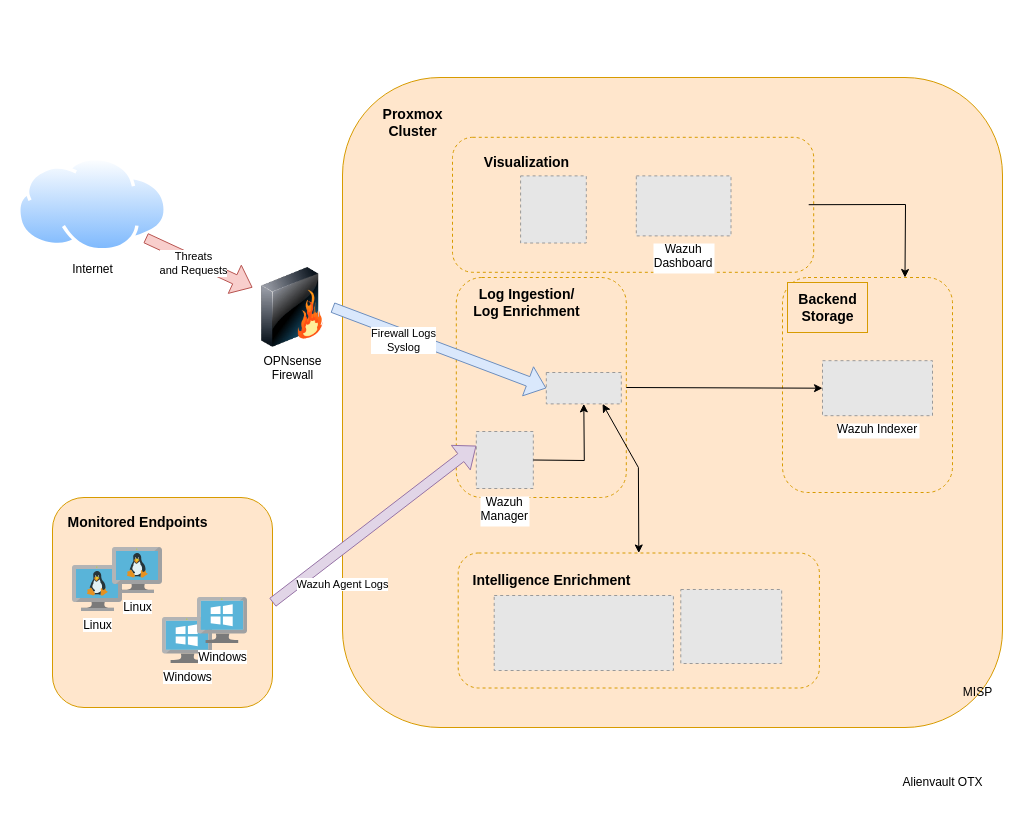
Above: homelab/siemdiagram.drawio in phrreakk/cybersecurity (draw.io), before the change. Source tidied: cells renumbered, new cells numbered last; positions are measured from the earlier drawing's top-left corner, leaving out a move shared by most shapes. Both pictures are drawn from the tidied source at 100%, with x=0, y=0 at pixel (17, 77). Pictures stored in the file or linked from it are replaced by grey dashed boxes.
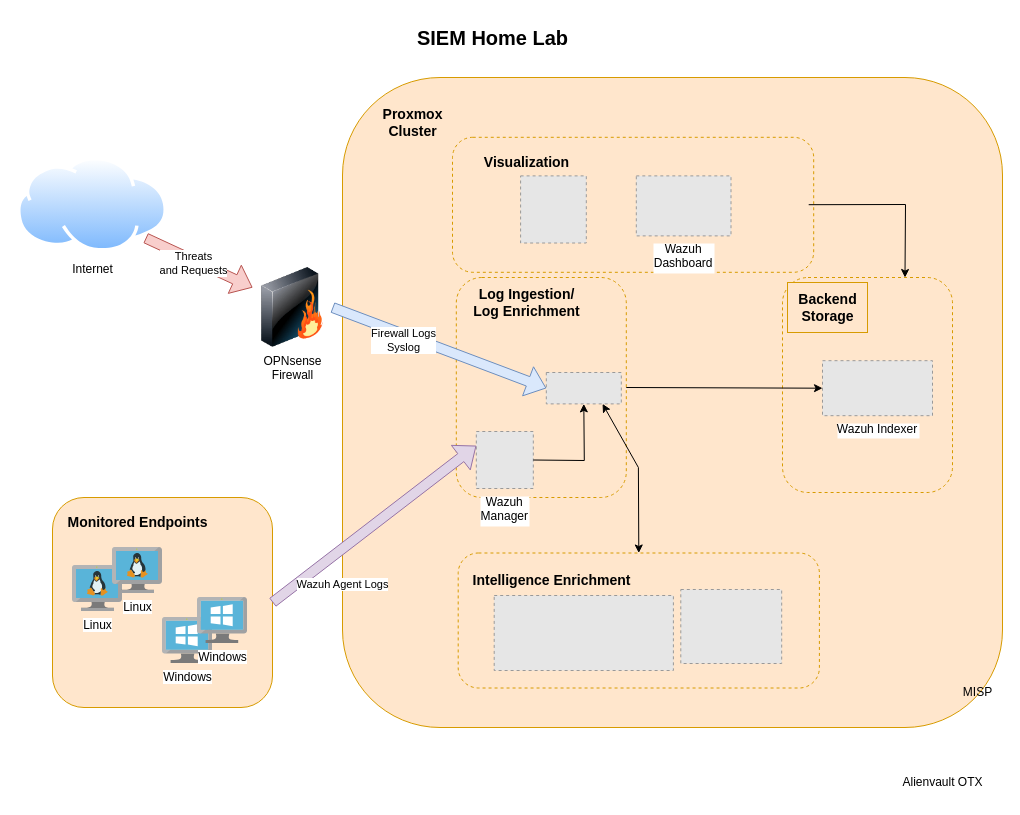
The same diagram, later.

Commit message (it also covers changes not shown here):
Added title to SIEM diagram

Diff of the diagram source:
```diff
@@
+    <mxCell id="39" value="SIEM Home Lab" style="text;html=1;align=center;verticalAlign=middle;strokeColor=none;fillColor=none;fontStyle=1;fontSize=20;" parent="1" vertex="1">
+      <mxGeometry x="390" y="-60" width="170" height="40" as="geometry" />
+    </mxCell>
```
